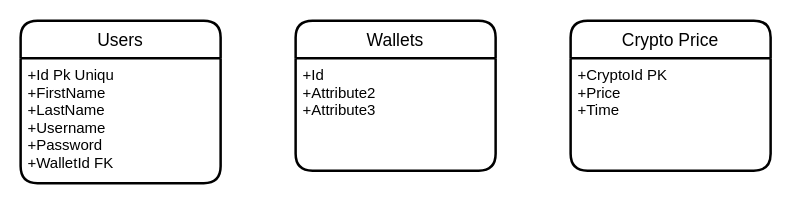
This is page "UML Base Dados" (2 of 2) of Esquemas.drawio from pmdmartins21/Crypto-Challenge, a draw.io file, before an edit. Source tidied: cells renumbered, new cells numbered last; positions are measured from the earlier drawing's top-left corner, leaving out a move shared by most shapes. Both pictures are drawn from the tidied source at 125%, with x=0, y=0 at pixel (20, 20).
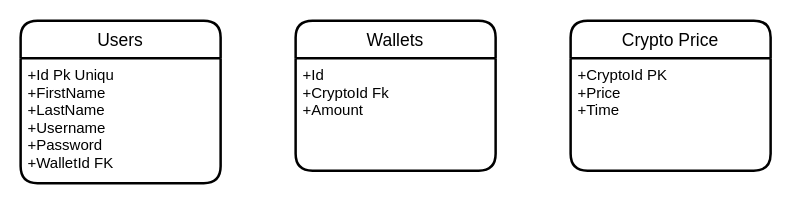
The same diagram, later.

Commit message:
update base dados tabelas

Change to the diagram source:
```diff
@@
 <mxGraphModel>
   <root>
     <mxCell id="0" />
     <mxCell id="1" parent="0" />
     <mxCell id="2" value="Users" style="swimlane;horizontal=1;startSize=30;rounded=1;fontSize=14;fontStyle=0;strokeWidth=2;shadow=0;dashed=0;align=center;" parent="1" vertex="1">
       <mxGeometry width="160" height="130" as="geometry" />
     </mxCell>
     <mxCell id="3" value="+Id Pk Uniqu&#10;+FirstName&#10;+LastName&#10;+Username&#10;+Password&#10;+WalletId FK" style="align=left;strokeColor=none;fillColor=none;spacingLeft=4;fontSize=12;verticalAlign=top;" parent="2" vertex="1">
       <mxGeometry y="30" width="160" height="100" as="geometry" />
     </mxCell>
     <mxCell id="4" style="edgeStyle=orthogonalEdgeStyle;rounded=0;orthogonalLoop=1;jettySize=auto;html=1;exitX=0.5;exitY=1;exitDx=0;exitDy=0;" parent="2" edge="1" source="3" target="3">
       <mxGeometry relative="1" as="geometry" />
     </mxCell>
     <mxCell id="5" value="Wallets" style="swimlane;horizontal=1;startSize=30;rounded=1;fontSize=14;fontStyle=0;strokeWidth=2;shadow=0;dashed=0;align=center;" parent="1" vertex="1">
       <mxGeometry x="220" width="160" height="120" as="geometry" />
     </mxCell>
-    <mxCell id="6" value="+Id&#10;+Attribute2&#10;+Attribute3" style="align=left;strokeColor=none;fillColor=none;spacingLeft=4;fontSize=12;verticalAlign=top;" parent="5" vertex="1">
+    <mxCell id="6" value="+Id&#10;+CryptoId Fk&#10;+Amount&#10;" style="align=left;strokeColor=none;fillColor=none;spacingLeft=4;fontSize=12;verticalAlign=top;" parent="5" vertex="1">
       <mxGeometry y="30" width="160" height="90" as="geometry" />
     </mxCell>
     <mxCell id="7" value="Crypto Price" style="swimlane;horizontal=1;startSize=30;rounded=1;fontSize=14;fontStyle=0;strokeWidth=2;shadow=0;dashed=0;align=center;" parent="1" vertex="1">
       <mxGeometry x="440" width="160" height="120" as="geometry" />
     </mxCell>
     <mxCell id="8" value="+CryptoId PK&#10;+Price&#10;+Time" style="align=left;strokeColor=none;fillColor=none;spacingLeft=4;fontSize=12;verticalAlign=top;" parent="7" vertex="1">
       <mxGeometry y="30" width="160" height="90" as="geometry" />
     </mxCell>
   </root>
 </mxGraphModel>
```
